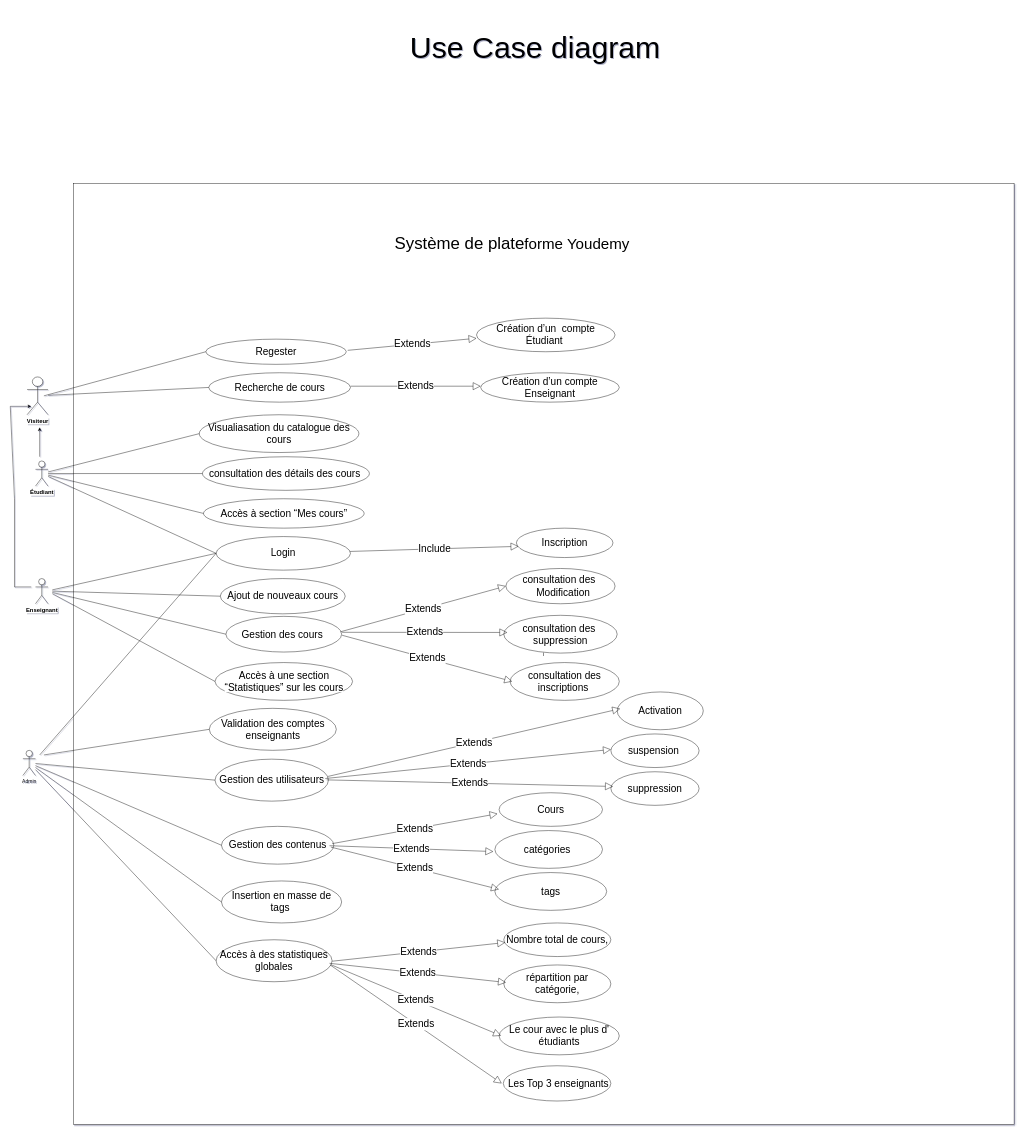
Before: page "Page-1" (1 of 2) of Conception UML Use Case Diagram.drawio in hamza-saaf/Youdemy_Brief_11, a draw.io diagram. Source tidied: cells renumbered, new cells numbered last; positions are measured from the earlier drawing's top-left corner, leaving out a move shared by most shapes. Both pictures are drawn from the tidied source at 42%, with x=0, y=0 at pixel (10, 7).
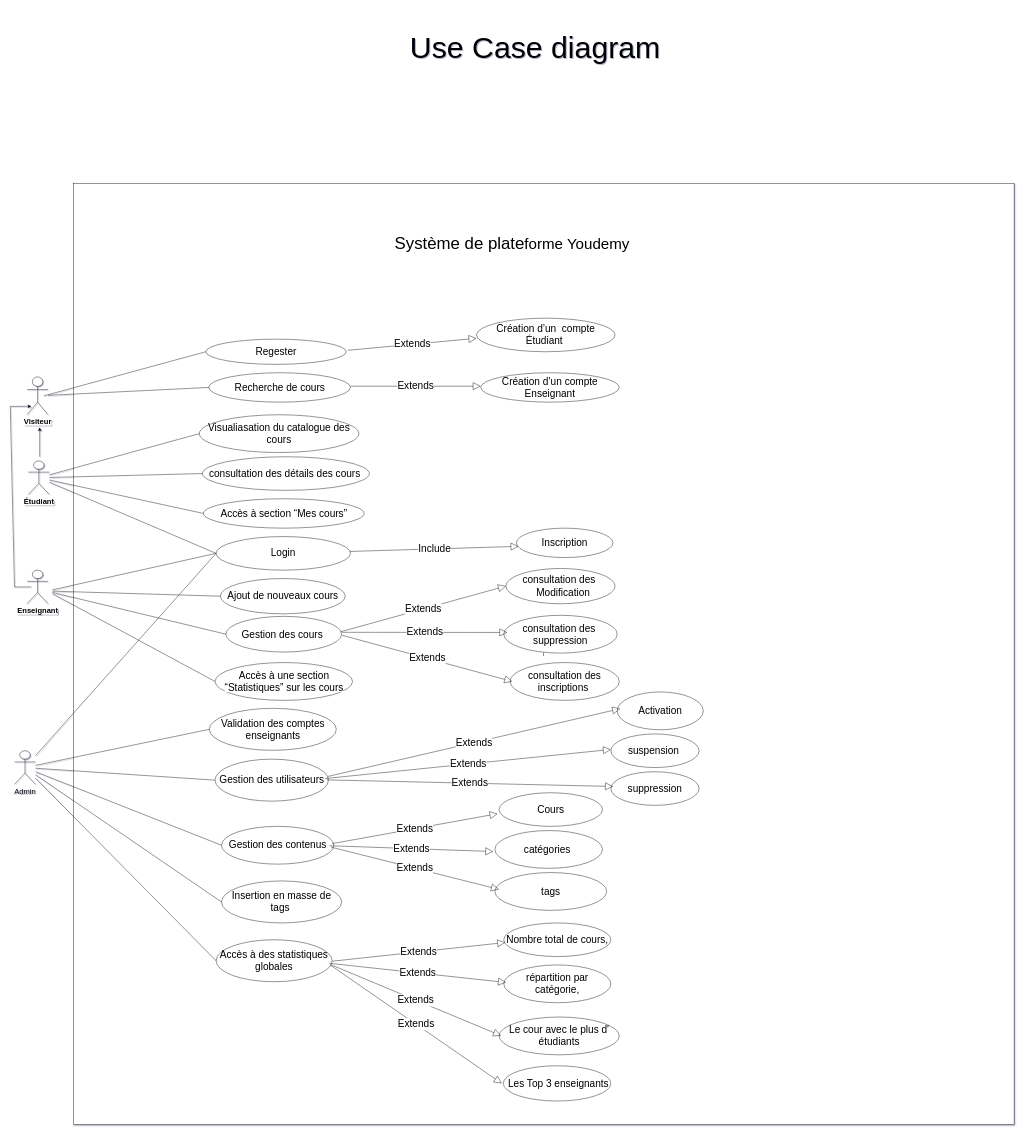
The same diagram, later.

The change refers to these unchanged cells:
```xml
<mxCell id="16" value="&lt;font style=&quot;font-size: 24px;&quot;&gt;Login&lt;/font&gt;" style="ellipse;whiteSpace=wrap;html=1;" parent="1" vertex="1">
  <mxGeometry x="490" y="1260" width="320" height="80" as="geometry" />
</mxCell>
<mxCell id="28" value="&lt;span style=&quot;color: rgb(0, 0, 0); font-family: &amp;quot;Nunito Sans&amp;quot;, sans-serif; text-align: left; background-color: rgb(255, 255, 255);&quot;&gt;&lt;font style=&quot;font-size: 24px;&quot;&gt;Validation des comptes enseignants&lt;/font&gt;&lt;/span&gt;" style="ellipse;whiteSpace=wrap;html=1;" parent="1" vertex="1">
  <mxGeometry x="473.8" y="1669" width="302.5" height="100" as="geometry" />
</mxCell>
```

Diff of the diagram source:
```diff
@@
-    <mxCell id="3" value="&lt;span style=&quot;box-sizing: border-box; border: 0px solid; --tw-border-spacing-x: 0; --tw-border-spacing-y: 0; --tw-translate-x: 0; --tw-translate-y: 0; --tw-rotate: 0; --tw-skew-x: 0; --tw-skew-y: 0; --tw-scale-x: 1; --tw-scale-y: 1; --tw-pan-x: ; --tw-pan-y: ; --tw-pinch-zoom: ; --tw-scroll-snap-strictness: proximity; --tw-gradient-from-position: ; --tw-gradient-via-position: ; --tw-gradient-to-position: ; --tw-ordinal: ; --tw-slashed-zero: ; --tw-numeric-figure: ; --tw-numeric-spacing: ; --tw-numeric-fraction: ; --tw-ring-inset: ; --tw-ring-offset-width: 0px; --tw-ring-offset-color: #fff; --tw-ring-color: rgba(59,130,246,.5); --tw-ring-offset-shadow: 0 0 #0000; --tw-ring-shadow: 0 0 #0000; --tw-shadow: 0 0 #0000; --tw-shadow-colored: 0 0 #0000; --tw-blur: ; --tw-brightness: ; --tw-contrast: ; --tw-grayscale: ; --tw-hue-rotate: ; --tw-invert: ; --tw-saturate: ; --tw-sepia: ; --tw-drop-shadow: ; --tw-backdrop-blur: ; --tw-backdrop-brightness: ; --tw-backdrop-contrast: ; --tw-backdrop-grayscale: ; --tw-backdrop-hue-rotate: ; --tw-backdrop-invert: ; --tw-backdrop-opacity: ; --tw-backdrop-saturate: ; --tw-backdrop-sepia: ; --tw-contain-size: ; --tw-contain-layout: ; --tw-contain-paint: ; --tw-contain-style: ; font-weight: bolder; color: rgb(0, 0, 0); font-family: &amp;quot;Nunito Sans&amp;quot;, sans-serif; font-size: 14px; text-align: start; white-space: pre-wrap; background-color: rgb(255, 255, 255);&quot;&gt;Visiteur&lt;/span&gt;" style="shape=umlActor;verticalLabelPosition=bottom;verticalAlign=top;html=1;outlineConnect=0;" parent="1" vertex="1">
+    <mxCell id="3" value="&lt;span style=&quot;box-sizing: border-box; border: 0px solid; --tw-border-spacing-x: 0; --tw-border-spacing-y: 0; --tw-translate-x: 0; --tw-translate-y: 0; --tw-rotate: 0; --tw-skew-x: 0; --tw-skew-y: 0; --tw-scale-x: 1; --tw-scale-y: 1; --tw-pan-x: ; --tw-pan-y: ; --tw-pinch-zoom: ; --tw-scroll-snap-strictness: proximity; --tw-gradient-from-position: ; --tw-gradient-via-position: ; --tw-gradient-to-position: ; --tw-ordinal: ; --tw-slashed-zero: ; --tw-numeric-figure: ; --tw-numeric-spacing: ; --tw-numeric-fraction: ; --tw-ring-inset: ; --tw-ring-offset-width: 0px; --tw-ring-offset-color: light-dark(#fff, #000000); --tw-ring-color: light-dark(rgba(59,130,246,.5), #4c89ec); --tw-ring-offset-shadow: 0 0 #0000; --tw-ring-shadow: 0 0 #0000; --tw-shadow: 0 0 #0000; --tw-shadow-colored: 0 0 #0000; --tw-blur: ; --tw-brightness: ; --tw-contrast: ; --tw-grayscale: ; --tw-hue-rotate: ; --tw-invert: ; --tw-saturate: ; --tw-sepia: ; --tw-drop-shadow: ; --tw-backdrop-blur: ; --tw-backdrop-brightness: ; --tw-backdrop-contrast: ; --tw-backdrop-grayscale: ; --tw-backdrop-hue-rotate: ; --tw-backdrop-invert: ; --tw-backdrop-opacity: ; --tw-backdrop-saturate: ; --tw-backdrop-sepia: ; --tw-contain-size: ; --tw-contain-layout: ; --tw-contain-paint: ; --tw-contain-style: ; font-weight: bolder; color: rgb(0, 0, 0); font-family: &amp;quot;Nunito Sans&amp;quot;, sans-serif; text-align: start; white-space: pre-wrap; background-color: rgb(255, 255, 255);&quot;&gt;&lt;font style=&quot;font-size: 18px;&quot;&gt;Visiteur&lt;/font&gt;&lt;/span&gt;" style="shape=umlActor;verticalLabelPosition=bottom;verticalAlign=top;html=1;outlineConnect=0;" parent="1" vertex="1">
       <mxGeometry x="40" y="880" width="50" height="90" as="geometry" />
     </mxCell>
-    <mxCell id="4" value="&lt;span style=&quot;box-sizing: border-box; border: 0px solid; --tw-border-spacing-x: 0; --tw-border-spacing-y: 0; --tw-translate-x: 0; --tw-translate-y: 0; --tw-rotate: 0; --tw-skew-x: 0; --tw-skew-y: 0; --tw-scale-x: 1; --tw-scale-y: 1; --tw-pan-x: ; --tw-pan-y: ; --tw-pinch-zoom: ; --tw-scroll-snap-strictness: proximity; --tw-gradient-from-position: ; --tw-gradient-via-position: ; --tw-gradient-to-position: ; --tw-ordinal: ; --tw-slashed-zero: ; --tw-numeric-figure: ; --tw-numeric-spacing: ; --tw-numeric-fraction: ; --tw-ring-inset: ; --tw-ring-offset-width: 0px; --tw-ring-offset-color: #fff; --tw-ring-color: rgba(59,130,246,.5); --tw-ring-offset-shadow: 0 0 #0000; --tw-ring-shadow: 0 0 #0000; --tw-shadow: 0 0 #0000; --tw-shadow-colored: 0 0 #0000; --tw-blur: ; --tw-brightness: ; --tw-contrast: ; --tw-grayscale: ; --tw-hue-rotate: ; --tw-invert: ; --tw-saturate: ; --tw-sepia: ; --tw-drop-shadow: ; --tw-backdrop-blur: ; --tw-backdrop-brightness: ; --tw-backdrop-contrast: ; --tw-backdrop-grayscale: ; --tw-backdrop-hue-rotate: ; --tw-backdrop-invert: ; --tw-backdrop-opacity: ; --tw-backdrop-saturate: ; --tw-backdrop-sepia: ; --tw-contain-size: ; --tw-contain-layout: ; --tw-contain-paint: ; --tw-contain-style: ; font-weight: bolder; color: rgb(0, 0, 0); font-family: &amp;quot;Nunito Sans&amp;quot;, sans-serif; font-size: 14px; text-align: start; white-space: pre-wrap; background-color: rgb(255, 255, 255);&quot;&gt;Étudiant&lt;/span&gt;" style="shape=umlActor;verticalLabelPosition=bottom;verticalAlign=top;html=1;outlineConnect=0;" parent="1" vertex="1">
-      <mxGeometry x="60" y="1080" width="30" height="60" as="geometry" />
+    <mxCell id="4" value="&lt;span style=&quot;box-sizing: border-box; border: 0px solid; --tw-border-spacing-x: 0; --tw-border-spacing-y: 0; --tw-translate-x: 0; --tw-translate-y: 0; --tw-rotate: 0; --tw-skew-x: 0; --tw-skew-y: 0; --tw-scale-x: 1; --tw-scale-y: 1; --tw-pan-x: ; --tw-pan-y: ; --tw-pinch-zoom: ; --tw-scroll-snap-strictness: proximity; --tw-gradient-from-position: ; --tw-gradient-via-position: ; --tw-gradient-to-position: ; --tw-ordinal: ; --tw-slashed-zero: ; --tw-numeric-figure: ; --tw-numeric-spacing: ; --tw-numeric-fraction: ; --tw-ring-inset: ; --tw-ring-offset-width: 0px; --tw-ring-offset-color: light-dark(#fff, #000000); --tw-ring-color: light-dark(rgba(59,130,246,.5), #4c89ec); --tw-ring-offset-shadow: 0 0 #0000; --tw-ring-shadow: 0 0 #0000; --tw-shadow: 0 0 #0000; --tw-shadow-colored: 0 0 #0000; --tw-blur: ; --tw-brightness: ; --tw-contrast: ; --tw-grayscale: ; --tw-hue-rotate: ; --tw-invert: ; --tw-saturate: ; --tw-sepia: ; --tw-drop-shadow: ; --tw-backdrop-blur: ; --tw-backdrop-brightness: ; --tw-backdrop-contrast: ; --tw-backdrop-grayscale: ; --tw-backdrop-hue-rotate: ; --tw-backdrop-invert: ; --tw-backdrop-opacity: ; --tw-backdrop-saturate: ; --tw-backdrop-sepia: ; --tw-contain-size: ; --tw-contain-layout: ; --tw-contain-paint: ; --tw-contain-style: ; font-weight: bolder; color: rgb(0, 0, 0); font-family: &amp;quot;Nunito Sans&amp;quot;, sans-serif; text-align: start; white-space: pre-wrap; background-color: rgb(255, 255, 255);&quot;&gt;&lt;font style=&quot;font-size: 18px;&quot;&gt;Étudiant&lt;/font&gt;&lt;/span&gt;" style="shape=umlActor;verticalLabelPosition=bottom;verticalAlign=top;html=1;outlineConnect=0;" parent="1" vertex="1">
+      <mxGeometry x="43" y="1080" width="50" height="80" as="geometry" />
     </mxCell>
-    <mxCell id="5" value="&lt;span style=&quot;box-sizing: border-box; border: 0px solid; --tw-border-spacing-x: 0; --tw-border-spacing-y: 0; --tw-translate-x: 0; --tw-translate-y: 0; --tw-rotate: 0; --tw-skew-x: 0; --tw-skew-y: 0; --tw-scale-x: 1; --tw-scale-y: 1; --tw-pan-x: ; --tw-pan-y: ; --tw-pinch-zoom: ; --tw-scroll-snap-strictness: proximity; --tw-gradient-from-position: ; --tw-gradient-via-position: ; --tw-gradient-to-position: ; --tw-ordinal: ; --tw-slashed-zero: ; --tw-numeric-figure: ; --tw-numeric-spacing: ; --tw-numeric-fraction: ; --tw-ring-inset: ; --tw-ring-offset-width: 0px; --tw-ring-offset-color: #fff; --tw-ring-color: rgba(59,130,246,.5); --tw-ring-offset-shadow: 0 0 #0000; --tw-ring-shadow: 0 0 #0000; --tw-shadow: 0 0 #0000; --tw-shadow-colored: 0 0 #0000; --tw-blur: ; --tw-brightness: ; --tw-contrast: ; --tw-grayscale: ; --tw-hue-rotate: ; --tw-invert: ; --tw-saturate: ; --tw-sepia: ; --tw-drop-shadow: ; --tw-backdrop-blur: ; --tw-backdrop-brightness: ; --tw-backdrop-contrast: ; --tw-backdrop-grayscale: ; --tw-backdrop-hue-rotate: ; --tw-backdrop-invert: ; --tw-backdrop-opacity: ; --tw-backdrop-saturate: ; --tw-backdrop-sepia: ; --tw-contain-size: ; --tw-contain-layout: ; --tw-contain-paint: ; --tw-contain-style: ; font-weight: bolder; color: rgb(0, 0, 0); font-family: &amp;quot;Nunito Sans&amp;quot;, sans-serif; font-size: 14px; text-align: start; white-space: pre-wrap; background-color: rgb(255, 255, 255);&quot;&gt;Enseignant&lt;/span&gt;" style="shape=umlActor;verticalLabelPosition=bottom;verticalAlign=top;html=1;" parent="1" vertex="1">
-      <mxGeometry x="60" y="1360" width="30" height="60" as="geometry" />
+    <mxCell id="5" value="&lt;span style=&quot;box-sizing: border-box; border: 0px solid; --tw-border-spacing-x: 0; --tw-border-spacing-y: 0; --tw-translate-x: 0; --tw-translate-y: 0; --tw-rotate: 0; --tw-skew-x: 0; --tw-skew-y: 0; --tw-scale-x: 1; --tw-scale-y: 1; --tw-pan-x: ; --tw-pan-y: ; --tw-pinch-zoom: ; --tw-scroll-snap-strictness: proximity; --tw-gradient-from-position: ; --tw-gradient-via-position: ; --tw-gradient-to-position: ; --tw-ordinal: ; --tw-slashed-zero: ; --tw-numeric-figure: ; --tw-numeric-spacing: ; --tw-numeric-fraction: ; --tw-ring-inset: ; --tw-ring-offset-width: 0px; --tw-ring-offset-color: light-dark(#fff, #000000); --tw-ring-color: light-dark(rgba(59,130,246,.5), #4c89ec); --tw-ring-offset-shadow: 0 0 #0000; --tw-ring-shadow: 0 0 #0000; --tw-shadow: 0 0 #0000; --tw-shadow-colored: 0 0 #0000; --tw-blur: ; --tw-brightness: ; --tw-contrast: ; --tw-grayscale: ; --tw-hue-rotate: ; --tw-invert: ; --tw-saturate: ; --tw-sepia: ; --tw-drop-shadow: ; --tw-backdrop-blur: ; --tw-backdrop-brightness: ; --tw-backdrop-contrast: ; --tw-backdrop-grayscale: ; --tw-backdrop-hue-rotate: ; --tw-backdrop-invert: ; --tw-backdrop-opacity: ; --tw-backdrop-saturate: ; --tw-backdrop-sepia: ; --tw-contain-size: ; --tw-contain-layout: ; --tw-contain-paint: ; --tw-contain-style: ; font-weight: bolder; color: rgb(0, 0, 0); font-family: &amp;quot;Nunito Sans&amp;quot;, sans-serif; text-align: start; white-space: pre-wrap; background-color: rgb(255, 255, 255);&quot;&gt;&lt;font style=&quot;font-size: 18px;&quot;&gt;Enseignant&lt;/font&gt;&lt;/span&gt;" style="shape=umlActor;verticalLabelPosition=bottom;verticalAlign=top;html=1;" parent="1" vertex="1">
+      <mxGeometry x="40" y="1340" width="50" height="80" as="geometry" />
     </mxCell>
@@
-    <mxCell id="29" style="endArrow=none;html=1;rounded=0;exitX=0;exitY=0.5;exitDx=0;exitDy=0;" parent="1" edge="1" source="28">
-      <mxGeometry relative="1" as="geometry">
-        <mxPoint x="80" y="1780" as="targetPoint" />
-      </mxGeometry>
+    <mxCell id="29" style="endArrow=none;html=1;rounded=0;exitX=0;exitY=0.5;exitDx=0;exitDy=0;" parent="1" edge="1" source="28" target="38">
+      <mxGeometry relative="1" as="geometry" />
     </mxCell>
@@
-    <mxCell id="38" value="Admin" style="shape=umlActor;verticalLabelPosition=bottom;verticalAlign=top;html=1;outlineConnect=0;" parent="1" vertex="1">
-      <mxGeometry x="30" y="1769" width="30" height="60" as="geometry" />
+    <mxCell id="38" value="&lt;font style=&quot;font-size: 18px;&quot;&gt;Admin&lt;/font&gt;" style="shape=umlActor;verticalLabelPosition=bottom;verticalAlign=top;html=1;outlineConnect=0;" parent="1" vertex="1">
+      <mxGeometry x="10" y="1770" width="50" height="80" as="geometry" />
     </mxCell>
-    <mxCell id="39" style="endArrow=none;html=1;rounded=0;entryX=0;entryY=0.5;entryDx=0;entryDy=0;" parent="1" edge="1" target="16">
-      <mxGeometry relative="1" as="geometry">
-        <mxPoint x="70" y="1780" as="sourcePoint" />
-      </mxGeometry>
+    <mxCell id="39" style="endArrow=none;html=1;rounded=0;entryX=0;entryY=0.5;entryDx=0;entryDy=0;" parent="1" edge="1" source="38" target="16">
+      <mxGeometry relative="1" as="geometry" />
     </mxCell>
@@
     <mxCell id="56" style="endArrow=classic;html=1;rounded=0;" parent="1" edge="1">
       <mxGeometry relative="1" as="geometry">
         <mxPoint x="50" y="1380" as="sourcePoint" />
         <mxPoint x="50" y="950" as="targetPoint" />
         <Array as="points">
           <mxPoint x="10" y="1380" />
-          <mxPoint x="10" y="1170" />
           <mxPoint y="950" />
         </Array>
       </mxGeometry>
     </mxCell>
```
